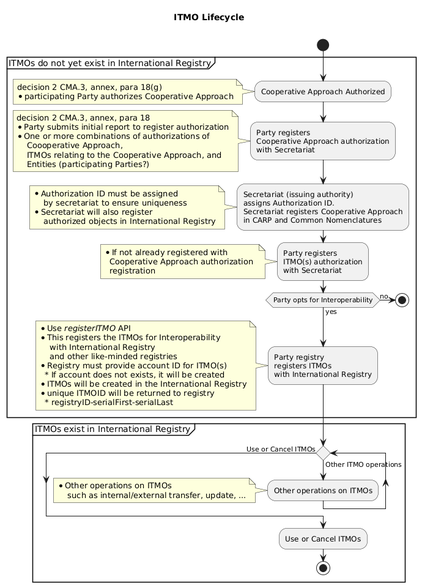
Above: diagrams/ITMO Lifecycle Activity.png in frankcnng/CARP (PlantUML), before the change.
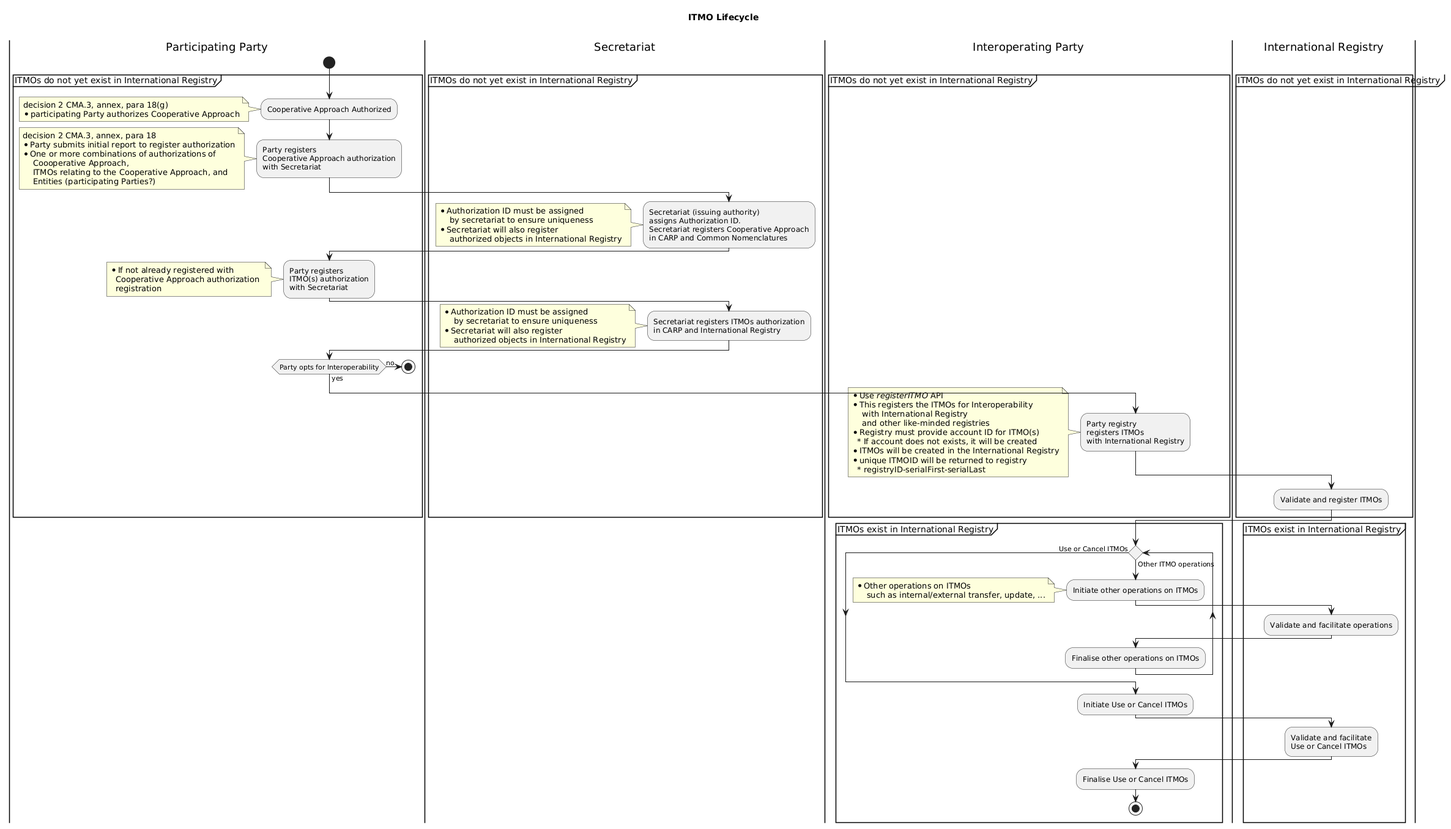
After the commit.

Commit message:
Commit from GitHub Actions (Run linters and build artifacts)

What changed in the source:
```diff
@@ -1,6 +1,7 @@
 @startuml
 
 title ITMO Lifecycle \n
+|Participating Party|
 
 start
 
@@ -23,7 +24,7 @@
             ITMOs relating to the Cooperative Approach, and
             Entities (participating Parties?)
       end note
-
+    |Secretariat|
     :Secretariat (issuing authority)
     assigns Authorization ID.
     Secretariat registers Cooperative Approach
@@ -34,19 +35,30 @@
         * Secretariat will also register
             authorized objects in International Registry
       end note
-
+    |Participating Party|
     :Party registers
     ITMO(s) authorization
     with Secretariat;
+      note left
+          * If not already registered with
+            Cooperative Approach authorization
+            registration
+      end note
 
-    note left
-        * If not already registered with
-          Cooperative Approach authorization
-          registration
-    end note
+    |Secretariat|
+    :Secretariat registers ITMOs authorization
+    in CARP and International Registry;
+      note left
+        * Authorization ID must be assigned
+            by secretariat to ensure uniqueness
+        * Secretariat will also register
+            authorized objects in International Registry
+      end note
 
+    |Participating Party|
     if (Party opts for Interoperability) then (yes)
 
+      |Interoperating Party|
       :Party registry
       registers ITMOs
       with International Registry;
@@ -61,25 +73,38 @@
         * unique ITMOID will be returned to registry
           * registryID-serialFirst-serialLast
         end note
+      |International Registry|
+      :Validate and register ITMOs;
 
+      |Interoperating Party|
     else (no)
+      |Participating Party|
       stop
 
   endif
 }
 
+|Interoperating Party|
 partition ITMOs exist in International Registry {
 
   while () is (Other ITMO operations)
 
-    :Other operations on ITMOs;
+    :Initiate other operations on ITMOs;
       note left
       * Other operations on ITMOs
           such as internal/external transfer, update, ...
       end note
-
+    |International Registry|
+    :Validate and facilitate operations;
+    |Interoperating Party|
+    :Finalise other operations on ITMOs;
   endwhile (Use or Cancel ITMOs)
-    :Use or Cancel ITMOs;
+    :Initiate Use or Cancel ITMOs;
+    |International Registry|
+    :Validate and facilitate
+    Use or Cancel ITMOs;
+    |Interoperating Party|
+    :Finalise Use or Cancel ITMOs;
     stop
 
 
```
